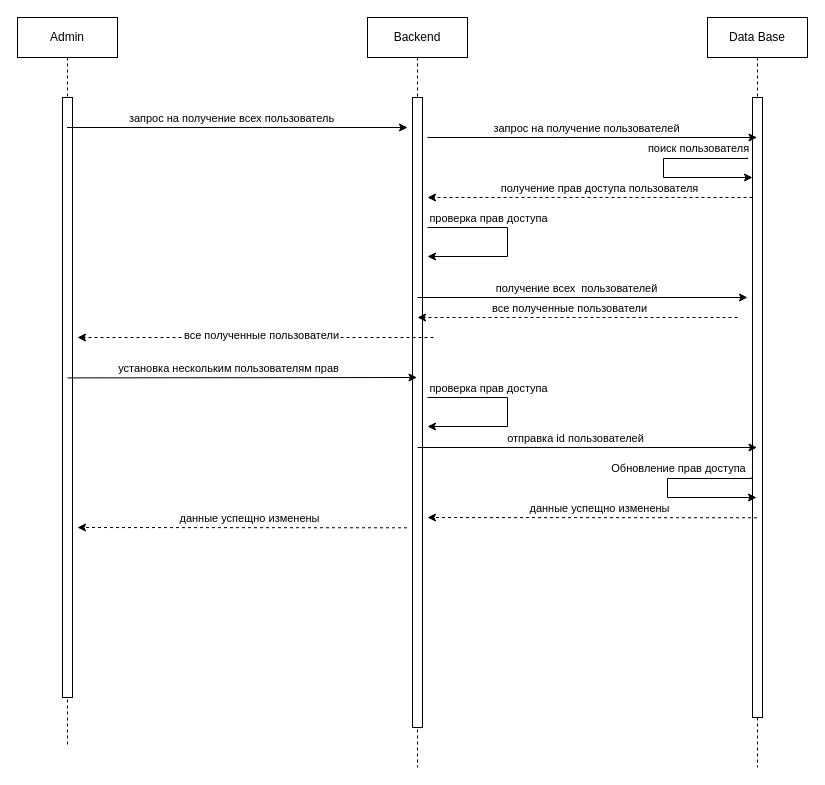
The draw.io diagram sequence_diagram_upgrade_role_users.drawio in IlyaPetushok/FishingHelper, before the edit. Source tidied: cells renumbered, new cells numbered last; positions are measured from the earlier drawing's top-left corner, leaving out a move shared by most shapes. Both pictures are drawn from the tidied source at 100%, with x=0, y=0 at pixel (17, 17).
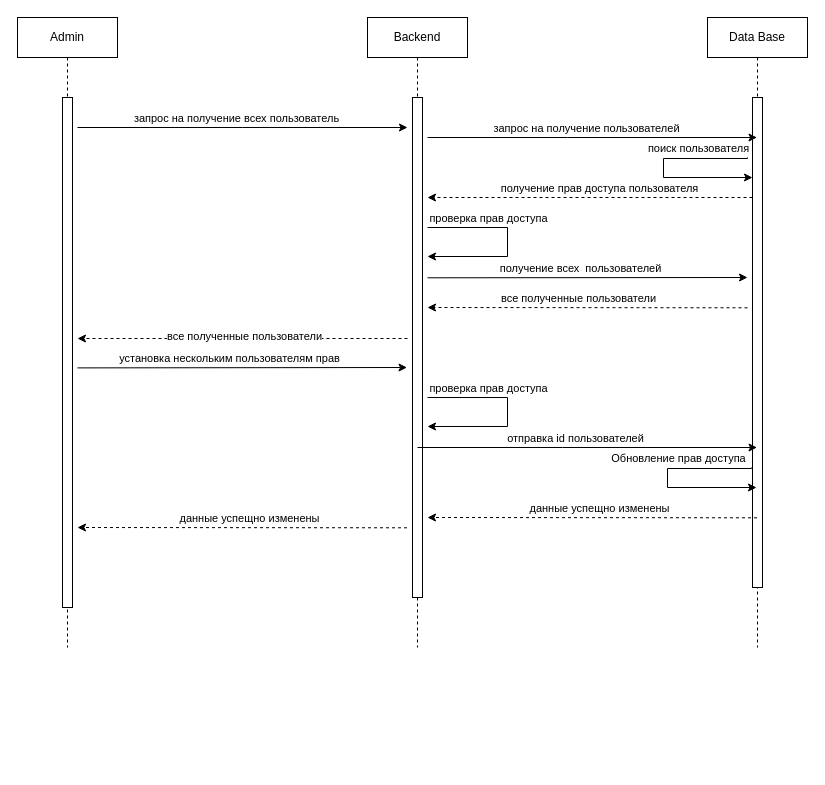
The same page after the edit.

Diff of the diagram source:
```diff
@@
     <mxCell id="2" value="Admin" style="shape=umlLifeline;perimeter=lifelinePerimeter;whiteSpace=wrap;html=1;outlineConnect=0;portConstraint=eastwest;newEdgeStyle={&quot;edgeStyle&quot;:&quot;elbowEdgeStyle&quot;,&quot;elbow&quot;:&quot;vertical&quot;,&quot;curved&quot;:0,&quot;rounded&quot;:0};" parent="1" vertex="1">
-      <mxGeometry width="100" height="730" as="geometry" />
+      <mxGeometry width="100" height="630" as="geometry" />
     </mxCell>
     <mxCell id="3" style="html=1;perimeter=orthogonalPerimeter;targetShapes=umlLifeline;newEdgeStyle={&quot;edgeStyle&quot;:&quot;elbowEdgeStyle&quot;,&quot;elbow&quot;:&quot;vertical&quot;,&quot;curved&quot;:0,&quot;rounded&quot;:0};" parent="2" vertex="1">
-      <mxGeometry x="45" y="80" width="10" height="600" as="geometry" />
+      <mxGeometry x="45" y="80" width="10" height="510" as="geometry" />
     </mxCell>
     <mxCell id="4" value="Backend" style="shape=umlLifeline;perimeter=lifelinePerimeter;whiteSpace=wrap;html=1;outlineConnect=0;portConstraint=eastwest;newEdgeStyle={&quot;edgeStyle&quot;:&quot;elbowEdgeStyle&quot;,&quot;elbow&quot;:&quot;vertical&quot;,&quot;curved&quot;:0,&quot;rounded&quot;:0};" parent="1" vertex="1">
-      <mxGeometry x="350" width="100" height="750" as="geometry" />
+      <mxGeometry x="350" width="100" height="630" as="geometry" />
     </mxCell>
     <mxCell id="5" style="html=1;perimeter=orthogonalPerimeter;targetShapes=umlLifeline;newEdgeStyle={&quot;edgeStyle&quot;:&quot;elbowEdgeStyle&quot;,&quot;elbow&quot;:&quot;vertical&quot;,&quot;curved&quot;:0,&quot;rounded&quot;:0};" parent="4" vertex="1">
-      <mxGeometry x="45" y="80" width="10" height="630" as="geometry" />
+      <mxGeometry x="45" y="80" width="10" height="500" as="geometry" />
     </mxCell>
     <mxCell id="6" value="Data Base" style="shape=umlLifeline;perimeter=lifelinePerimeter;whiteSpace=wrap;html=1;outlineConnect=0;portConstraint=eastwest;newEdgeStyle={&quot;edgeStyle&quot;:&quot;elbowEdgeStyle&quot;,&quot;elbow&quot;:&quot;vertical&quot;,&quot;curved&quot;:0,&quot;rounded&quot;:0};" parent="1" vertex="1">
-      <mxGeometry x="690" width="100" height="750" as="geometry" />
+      <mxGeometry x="690" width="100" height="630" as="geometry" />
     </mxCell>
     <mxCell id="7" style="html=1;perimeter=orthogonalPerimeter;targetShapes=umlLifeline;newEdgeStyle={&quot;edgeStyle&quot;:&quot;elbowEdgeStyle&quot;,&quot;elbow&quot;:&quot;vertical&quot;,&quot;curved&quot;:0,&quot;rounded&quot;:0};" parent="6" vertex="1">
-      <mxGeometry x="45" y="80" width="10" height="620" as="geometry" />
+      <mxGeometry x="45" y="80" width="10" height="490" as="geometry" />
     </mxCell>
     <mxCell id="8" style="edgeStyle=elbowEdgeStyle;rounded=0;orthogonalLoop=1;jettySize=auto;html=1;elbow=vertical;curved=0;dashed=1;" parent="1" edge="1">
       <mxGeometry relative="1" as="geometry">
-        <mxPoint x="720" y="300" as="sourcePoint" />
-        <mxPoint x="400" y="300" as="targetPoint" />
+        <mxPoint x="730" y="290.3" as="sourcePoint" />
+        <mxPoint x="410" y="290.3" as="targetPoint" />
       </mxGeometry>
     </mxCell>
@@
     <mxCell id="10" style="edgeStyle=elbowEdgeStyle;rounded=0;orthogonalLoop=1;jettySize=auto;html=1;elbow=vertical;curved=0;dashed=1;" parent="1" edge="1">
       <mxGeometry relative="1" as="geometry">
-        <mxPoint x="416" y="320" as="sourcePoint" />
+        <mxPoint x="390" y="321" as="sourcePoint" />
         <mxPoint x="60" y="320.5" as="targetPoint" />
       </mxGeometry>
     </mxCell>
@@
-    <mxCell id="12" style="edgeStyle=elbowEdgeStyle;rounded=0;jettySize=auto;html=1;elbow=vertical;curved=0;" parent="1" edge="1" source="2">
+    <mxCell id="12" style="edgeStyle=elbowEdgeStyle;rounded=0;orthogonalLoop=1;jettySize=auto;html=1;elbow=vertical;curved=0;" parent="1" edge="1">
       <mxGeometry relative="1" as="geometry">
+        <mxPoint x="60" y="110" as="sourcePoint" />
         <mxPoint x="390" y="110" as="targetPoint" />
       </mxGeometry>
     </mxCell>
@@
     <mxCell id="22" style="edgeStyle=elbowEdgeStyle;rounded=0;orthogonalLoop=1;jettySize=auto;html=1;elbow=vertical;curved=0;" parent="1" edge="1">
       <mxGeometry relative="1" as="geometry">
-        <mxPoint x="400" y="280" as="sourcePoint" />
-        <mxPoint x="730" y="280" as="targetPoint" />
+        <mxPoint x="410" y="260.3" as="sourcePoint" />
+        <mxPoint x="730" y="260" as="targetPoint" />
       </mxGeometry>
     </mxCell>
@@
-    <mxCell id="24" style="edgeStyle=elbowEdgeStyle;rounded=0;jettySize=auto;html=1;elbow=vertical;curved=0;" parent="1" edge="1" target="4">
+    <mxCell id="24" style="edgeStyle=elbowEdgeStyle;rounded=0;orthogonalLoop=1;jettySize=auto;html=1;elbow=vertical;curved=0;" parent="1" edge="1">
       <mxGeometry relative="1" as="geometry">
-        <mxPoint x="50" y="360.4" as="sourcePoint" />
+        <mxPoint x="60" y="350.4" as="sourcePoint" />
+        <mxPoint x="389.5" y="350" as="targetPoint" />
       </mxGeometry>
     </mxCell>
@@
     <mxCell id="30" style="edgeStyle=orthogonalEdgeStyle;rounded=0;orthogonalLoop=1;jettySize=auto;html=1;elbow=vertical;" parent="1" edge="1">
       <mxGeometry relative="1" as="geometry">
-        <mxPoint x="734" y="460" as="sourcePoint" />
-        <mxPoint x="739" y="480" as="targetPoint" />
+        <mxPoint x="734" y="450" as="sourcePoint" />
+        <mxPoint x="739" y="470" as="targetPoint" />
         <Array as="points">
-          <mxPoint x="734" y="461" />
-          <mxPoint x="650" y="461" />
-          <mxPoint x="650" y="480" />
+          <mxPoint x="734" y="451" />
+          <mxPoint x="650" y="451" />
+          <mxPoint x="650" y="470" />
         </Array>
       </mxGeometry>
     </mxCell>
```
